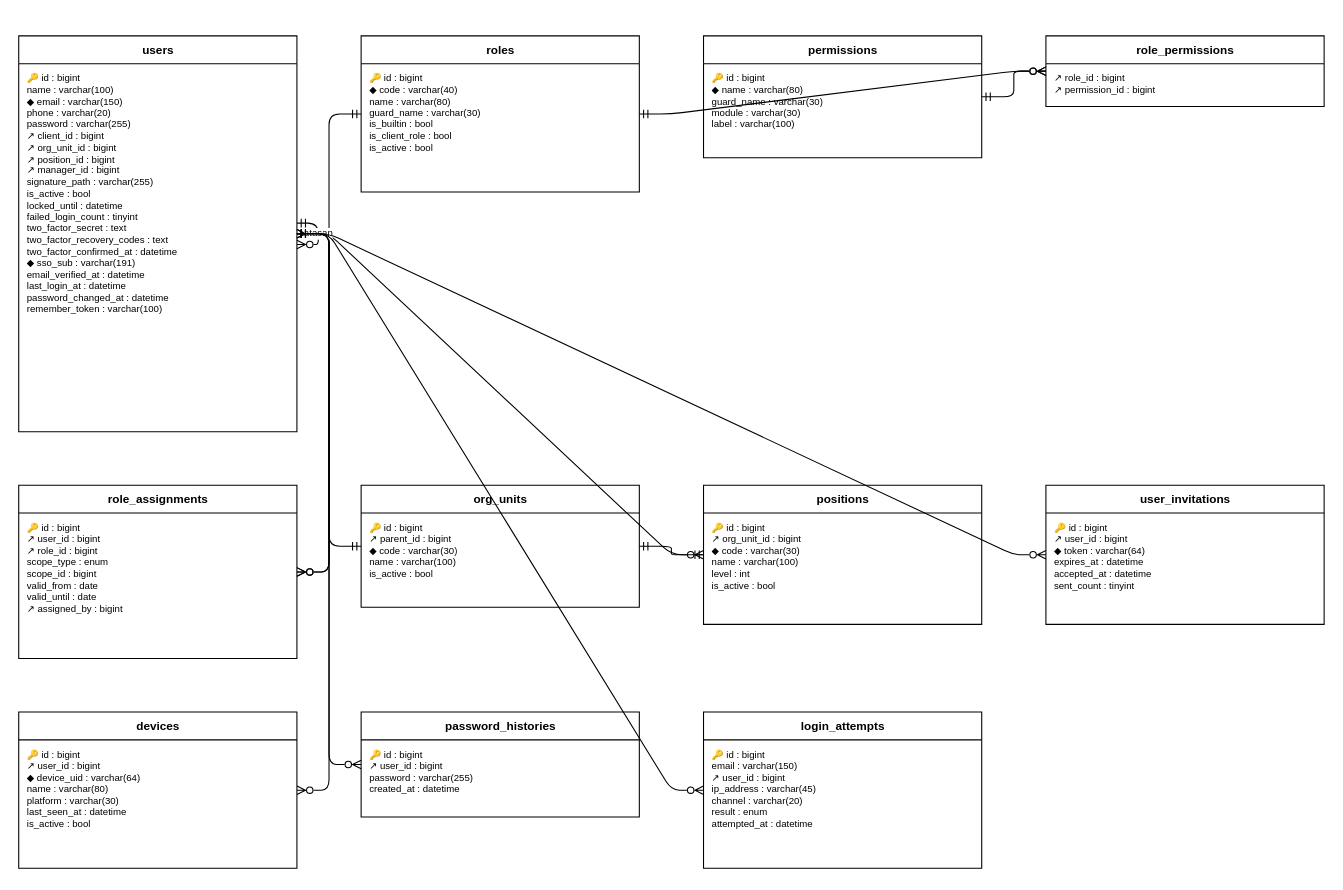
The draw.io diagram docs/diagram/erd-akses.drawio in HengkyDarmawan/wms, before the edit. Source tidied: cells renumbered, new cells numbered last; positions are measured from the earlier drawing's top-left corner, leaving out a move shared by most shapes. Both pictures are drawn from the tidied source at 107%, with x=0, y=0 at pixel (18, 35).
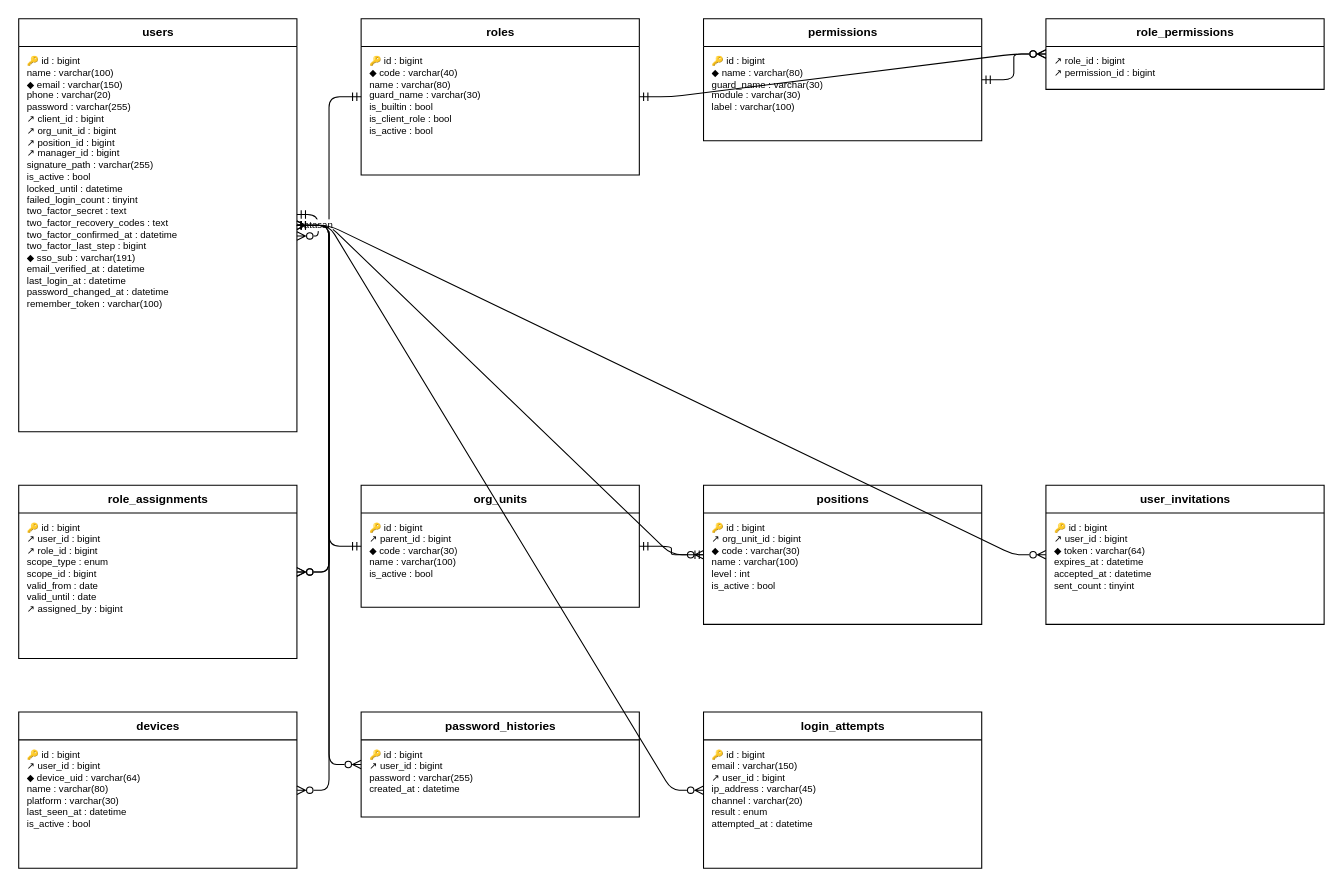
The same page after the edit.

Diff of the diagram source:
```diff
@@
     <mxCell id="2" value="users" style="swimlane;fontStyle=1;horizontal=1;startSize=26;html=1;fontSize=11;fillColor=#FFFFFF;" parent="1" vertex="1">
-      <mxGeometry width="260" height="370" as="geometry" />
+      <mxGeometry y="-16" width="260" height="386" as="geometry" />
     </mxCell>
-    <mxCell id="3" value="🔑 id : bigint&lt;br&gt;name : varchar(100)&lt;br&gt;◆ email : varchar(150)&lt;br&gt;phone : varchar(20)&lt;br&gt;password : varchar(255)&lt;br&gt;↗ client_id : bigint&lt;br&gt;↗ org_unit_id : bigint&lt;br&gt;↗ position_id : bigint&lt;br&gt;↗ manager_id : bigint&lt;br&gt;signature_path : varchar(255)&lt;br&gt;is_active : bool&lt;br&gt;locked_until : datetime&lt;br&gt;failed_login_count : tinyint&lt;br&gt;two_factor_secret : text&lt;br&gt;two_factor_recovery_codes : text&lt;br&gt;two_factor_confirmed_at : datetime&lt;br&gt;◆ sso_sub : varchar(191)&lt;br&gt;email_verified_at : datetime&lt;br&gt;last_login_at : datetime&lt;br&gt;password_changed_at : datetime&lt;br&gt;remember_token : varchar(100)" style="text;html=1;strokeColor=none;fillColor=none;align=left;verticalAlign=top;spacingLeft=6;spacingTop=2;fontSize=9;whiteSpace=wrap;overflow=hidden;" parent="2" vertex="1">
-      <mxGeometry y="26" width="260" height="344" as="geometry" />
+    <mxCell id="3" value="🔑 id : bigint&lt;br&gt;name : varchar(100)&lt;br&gt;◆ email : varchar(150)&lt;br&gt;phone : varchar(20)&lt;br&gt;password : varchar(255)&lt;br&gt;↗ client_id : bigint&lt;br&gt;↗ org_unit_id : bigint&lt;br&gt;↗ position_id : bigint&lt;br&gt;↗ manager_id : bigint&lt;br&gt;signature_path : varchar(255)&lt;br&gt;is_active : bool&lt;br&gt;locked_until : datetime&lt;br&gt;failed_login_count : tinyint&lt;br&gt;two_factor_secret : text&lt;br&gt;two_factor_recovery_codes : text&lt;br&gt;two_factor_confirmed_at : datetime&lt;br&gt;two_factor_last_step : bigint&lt;br&gt;◆ sso_sub : varchar(191)&lt;br&gt;email_verified_at : datetime&lt;br&gt;last_login_at : datetime&lt;br&gt;password_changed_at : datetime&lt;br&gt;remember_token : varchar(100)" style="text;html=1;strokeColor=none;fillColor=none;align=left;verticalAlign=top;spacingLeft=6;spacingTop=2;fontSize=9;whiteSpace=wrap;overflow=hidden;" parent="2" vertex="1">
+      <mxGeometry y="26" width="260" height="360" as="geometry" />
     </mxCell>
     <mxCell id="4" value="roles" style="swimlane;fontStyle=1;horizontal=1;startSize=26;html=1;fontSize=11;fillColor=#FFFFFF;" parent="1" vertex="1">
-      <mxGeometry x="320" width="260" height="146" as="geometry" />
+      <mxGeometry x="320" y="-16" width="260" height="146" as="geometry" />
     </mxCell>
@@
     <mxCell id="6" value="permissions" style="swimlane;fontStyle=1;horizontal=1;startSize=26;html=1;fontSize=11;fillColor=#FFFFFF;" parent="1" vertex="1">
-      <mxGeometry x="640" width="260" height="114" as="geometry" />
+      <mxGeometry x="640" y="-16" width="260" height="114" as="geometry" />
     </mxCell>
@@
     <mxCell id="8" value="role_permissions" style="swimlane;fontStyle=1;horizontal=1;startSize=26;html=1;fontSize=11;fillColor=#FFFFFF;" parent="1" vertex="1">
-      <mxGeometry x="960" width="260" height="66" as="geometry" />
+      <mxGeometry x="960" y="-16" width="260" height="66" as="geometry" />
     </mxCell>
```
